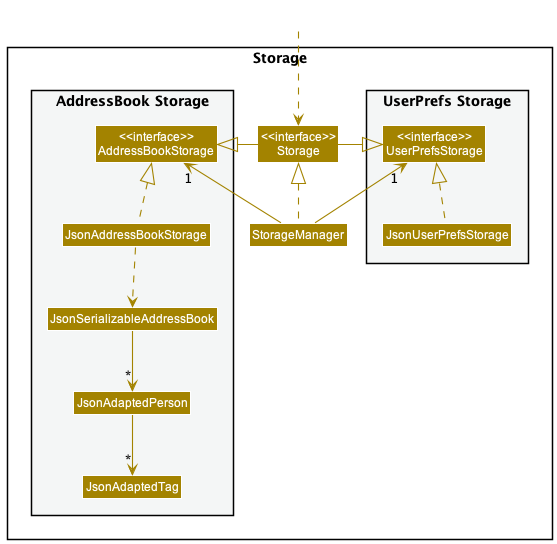
nus-cs2103-AY2223S1/tp keeps this PlantUML diagram as docs/images/StorageClassDiagram.png. Above is the earlier version.
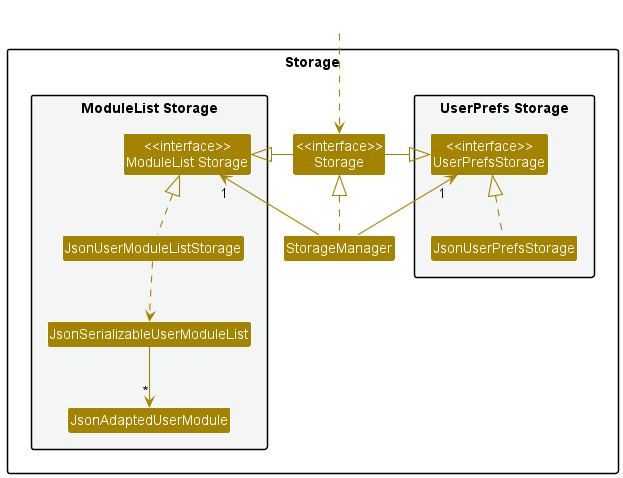
After the commit.

What changed in the source:
```diff
@@ -14,12 +14,11 @@
 Class "<<interface>>\nStorage" as Storage
 Class StorageManager
 
-package "AddressBook Storage" #F4F6F6{
-Class "<<interface>>\nAddressBookStorage" as AddressBookStorage
-Class JsonAddressBookStorage
-Class JsonSerializableAddressBook
-Class JsonAdaptedPerson
-Class JsonAdaptedTag
+package "ModuleList Storage" #F4F6F6{
+Class "<<interface>>\nModuleList Storage" as UserModuleListStorage
+Class JsonUserModuleListStorage
+Class JsonSerializableUserModuleList
+Class JsonAdaptedUserModule
 }
 
 }
@@ -29,15 +28,14 @@
 
 StorageManager .up.|> Storage
 StorageManager -up-> "1" UserPrefsStorage
-StorageManager -up-> "1" AddressBookStorage
+StorageManager -up-> "1" UserModuleListStorage
 
 Storage -left-|> UserPrefsStorage
-Storage -right-|> AddressBookStorage
+Storage -right-|> UserModuleListStorage
 
 JsonUserPrefsStorage .up.|> UserPrefsStorage
-JsonAddressBookStorage .up.|> AddressBookStorage
-JsonAddressBookStorage ..> JsonSerializableAddressBook
-JsonSerializableAddressBook --> "*" JsonAdaptedPerson
-JsonAdaptedPerson --> "*" JsonAdaptedTag
+JsonUserModuleListStorage .up.|> UserModuleListStorage
+JsonUserModuleListStorage ..> JsonSerializableUserModuleList
+JsonSerializableUserModuleList --> "*" JsonAdaptedUserModule
 
 @enduml
```
